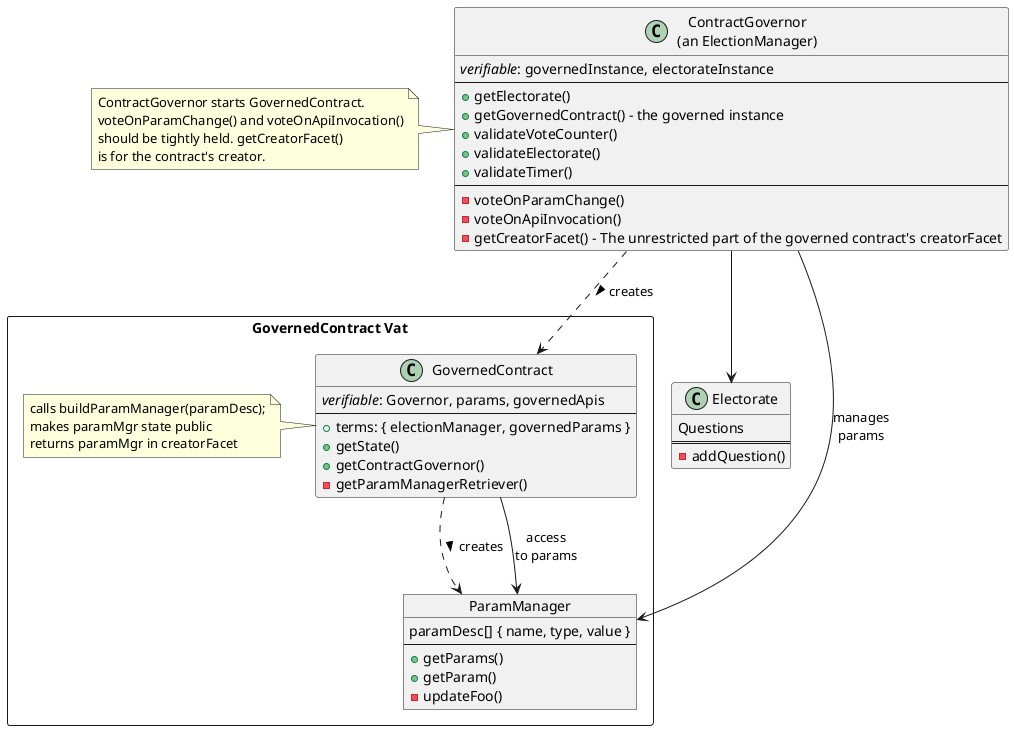
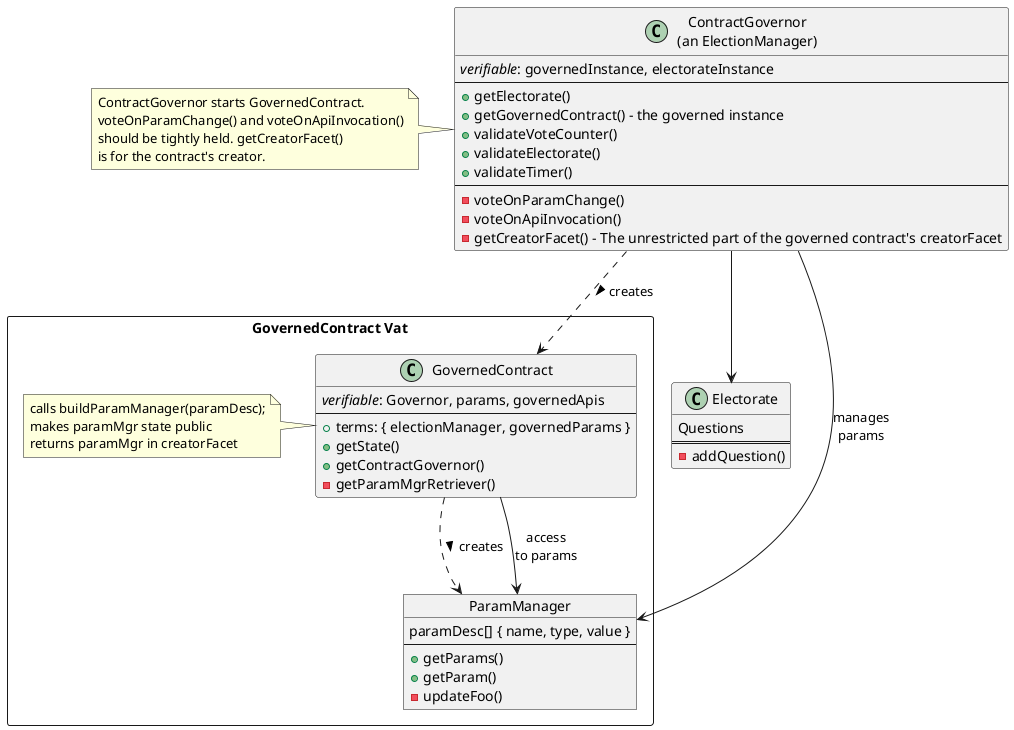
@startuml contractGovernance

package "GovernedContract Vat" <<Rectangle>>  {
    Object ParamManager {
        paramDesc[] { name, type, value }
        --
        +getParams()
        +getParam()
        -updateFoo()
    }

    class GovernedContract {
        <i>verifiable</i>: Governor, params, governedApis
        --
        +terms: { electionManager, governedParams }
        +getState()
        +getContractGovernor()
-         -getParamManagerRetriever()
+         -getParamMgrRetriever()
    }
    note  left : calls buildParamManager(paramDesc);\nmakes paramMgr state public\nreturns paramMgr in creatorFacet
}

class "ContractGovernor\n(an ElectionManager)" as ContractGovernor {
    <i>verifiable</i>: governedInstance, electorateInstance
    --
    +getElectorate()
    +getGovernedContract() - the governed instance
    +validateVoteCounter()
    +validateElectorate()
    +validateTimer()
    --
    -voteOnParamChange()
    -voteOnApiInvocation()
    -getCreatorFacet() - The unrestricted part of the governed contract's creatorFacet
}
note left : ContractGovernor starts GovernedContract.\nvoteOnParamChange() and voteOnApiInvocation()\nshould be tightly held. getCreatorFacet()\nis for the contract's creator.

class Electorate {
    Questions
    ===
    -addQuestion()
}

GovernedContract ..> ParamManager : creates >
GovernedContract --> ParamManager : access\nto params
ContractGovernor ..> GovernedContract : creates >
ContractGovernor --> Electorate
ContractGovernor ==> ParamManager : manages\nparams

@enduml
